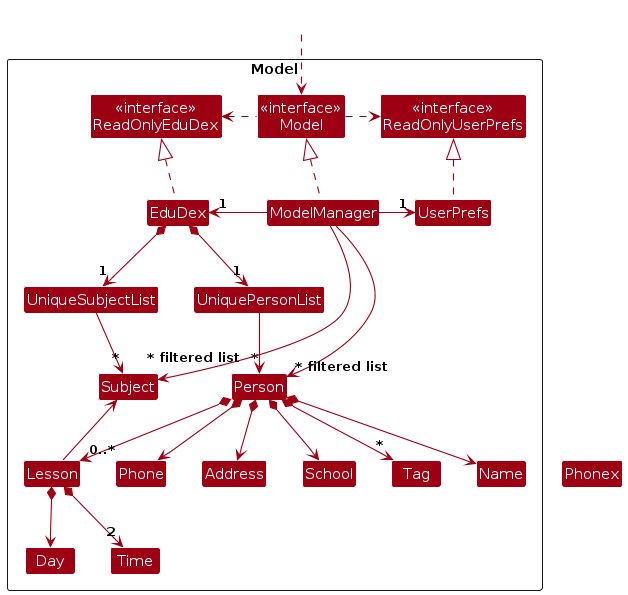
This is diagrams/ModelClassDiagram.png from AY2526S1-CS2103T-T12-1/tp, a PlantUML export, as it was before one commit. Its source is kept beside it as diagrams/ModelClassDiagram.puml.
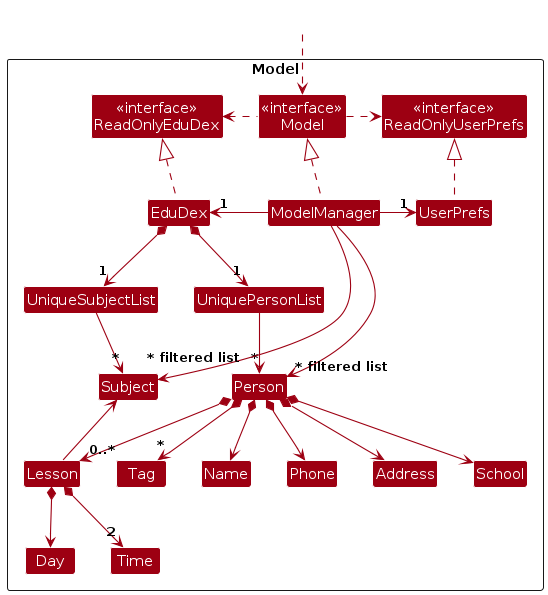
After the change.

Change to the diagram source:
```diff
@@ -62,7 +62,7 @@
 UniqueSubjectList -[hidden]right-> I
 Subject -[hidden]right-> Person
 
-Name -[hidden]right-> Phonex
+Name -[hidden]right-> Phone
 Phone -[hidden]right-> Address
 
 ModelManager --> "~* filtered list" Person
```
